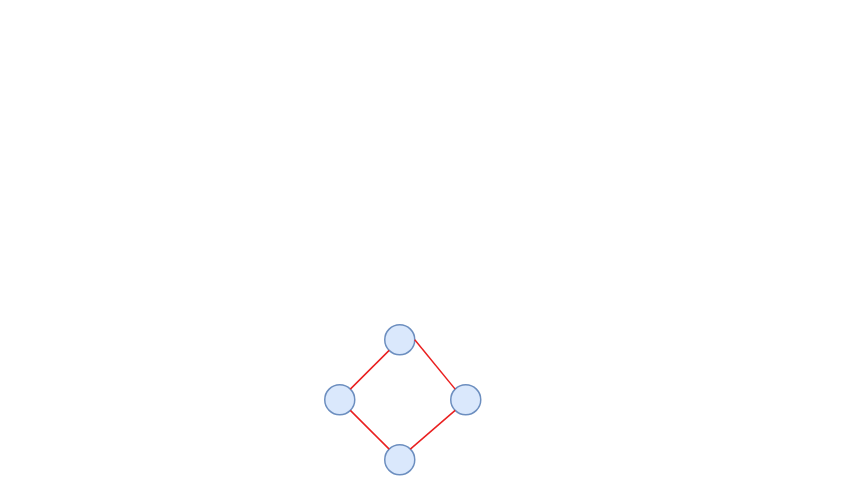
YinhuaChen-cloud/Advanced_Algorithm_hw keeps this draw.io diagram as 未命名绘图.drawio. Above is the earlier version. Source tidied: cells renumbered, new cells numbered last; positions are measured from the earlier drawing's top-left corner, leaving out a move shared by most shapes. Both pictures are drawn from the tidied source at 150%, with x=0, y=0 at pixel (324, 324).
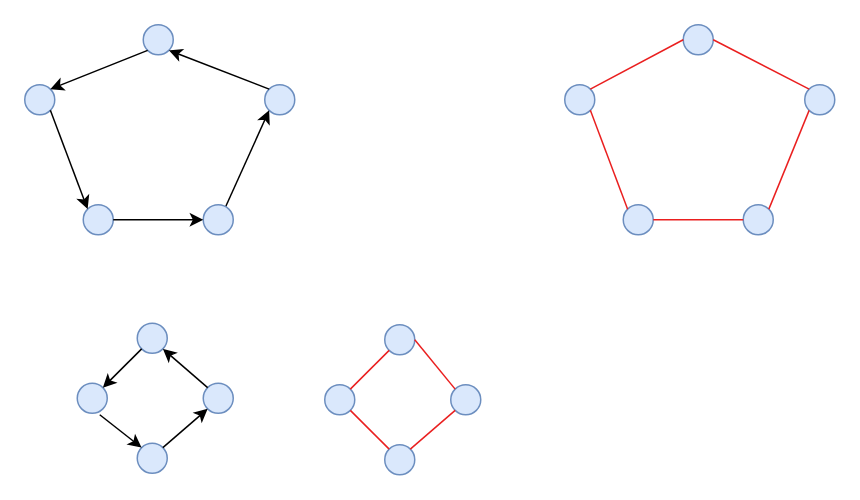
After the change.

Commit message:
更新未命名绘图.drawio

What changed in the source:
```diff
@@
+    <mxCell id="10" style="ellipse;whiteSpace=wrap;html=1;fillColor=#dae8fc;strokeColor=#6c8ebf;" parent="1" vertex="1">
+      <mxGeometry x="-165" y="39" width="20" height="20" as="geometry" />
+    </mxCell>
+    <mxCell id="11" style="ellipse;whiteSpace=wrap;html=1;fillColor=#dae8fc;strokeColor=#6c8ebf;" parent="1" vertex="1">
+      <mxGeometry x="-125" y="-1" width="20" height="20" as="geometry" />
+    </mxCell>
+    <mxCell id="12" style="ellipse;whiteSpace=wrap;html=1;fillColor=#dae8fc;strokeColor=#6c8ebf;" parent="1" vertex="1">
+      <mxGeometry x="-81" y="39" width="20" height="20" as="geometry" />
+    </mxCell>
+    <mxCell id="13" style="ellipse;whiteSpace=wrap;html=1;fillColor=#dae8fc;strokeColor=#6c8ebf;" parent="1" vertex="1">
+      <mxGeometry x="-125" y="79" width="20" height="20" as="geometry" />
+    </mxCell>
+    <mxCell id="14" style="endArrow=classic;html=1;rounded=0;entryX=1;entryY=1;entryDx=0;entryDy=0;exitX=0;exitY=0;exitDx=0;exitDy=0;" parent="1" edge="1" source="12" target="11">
+      <mxGeometry relative="1" as="geometry" />
+    </mxCell>
+    <mxCell id="15" style="endArrow=classic;html=1;rounded=0;entryX=1;entryY=0;entryDx=0;entryDy=0;exitX=0;exitY=1;exitDx=0;exitDy=0;" parent="1" edge="1" source="11" target="10">
+      <mxGeometry relative="1" as="geometry" />
+    </mxCell>
+    <mxCell id="16" style="endArrow=classic;html=1;rounded=0;entryX=0;entryY=0;entryDx=0;entryDy=0;" parent="1" edge="1" target="13">
+      <mxGeometry relative="1" as="geometry">
+        <mxPoint x="-150" y="60" as="sourcePoint" />
+      </mxGeometry>
+    </mxCell>
+    <mxCell id="17" style="endArrow=classic;html=1;rounded=0;entryX=0;entryY=1;entryDx=0;entryDy=0;exitX=1;exitY=0;exitDx=0;exitDy=0;" parent="1" edge="1" source="13" target="12">
+      <mxGeometry relative="1" as="geometry" />
+    </mxCell>
+    <mxCell id="18" style="ellipse;whiteSpace=wrap;html=1;fillColor=#dae8fc;strokeColor=#6c8ebf;" parent="1" vertex="1">
+      <mxGeometry x="-200" y="-160" width="20" height="20" as="geometry" />
+    </mxCell>
+    <mxCell id="19" style="ellipse;whiteSpace=wrap;html=1;fillColor=#dae8fc;strokeColor=#6c8ebf;" parent="1" vertex="1">
+      <mxGeometry x="-121" y="-200" width="20" height="20" as="geometry" />
+    </mxCell>
+    <mxCell id="20" style="ellipse;whiteSpace=wrap;html=1;fillColor=#dae8fc;strokeColor=#6c8ebf;" parent="1" vertex="1">
+      <mxGeometry x="-40" y="-160" width="20" height="20" as="geometry" />
+    </mxCell>
+    <mxCell id="21" style="ellipse;whiteSpace=wrap;html=1;fillColor=#dae8fc;strokeColor=#6c8ebf;" parent="1" vertex="1">
+      <mxGeometry x="-161" y="-80" width="20" height="20" as="geometry" />
+    </mxCell>
+    <mxCell id="22" style="endArrow=classic;html=1;rounded=0;entryX=1;entryY=1;entryDx=0;entryDy=0;exitX=0;exitY=0;exitDx=0;exitDy=0;" parent="1" edge="1" source="20" target="19">
+      <mxGeometry relative="1" as="geometry" />
+    </mxCell>
+    <mxCell id="23" style="endArrow=classic;html=1;rounded=0;entryX=1;entryY=0;entryDx=0;entryDy=0;exitX=0;exitY=1;exitDx=0;exitDy=0;" parent="1" edge="1" source="19" target="18">
+      <mxGeometry relative="1" as="geometry" />
+    </mxCell>
+    <mxCell id="24" style="endArrow=classic;html=1;rounded=0;entryX=0;entryY=0;entryDx=0;entryDy=0;exitX=1;exitY=1;exitDx=0;exitDy=0;" parent="1" edge="1" source="18" target="21">
+      <mxGeometry relative="1" as="geometry" />
+    </mxCell>
+    <mxCell id="25" style="endArrow=classic;html=1;rounded=0;entryX=0;entryY=1;entryDx=0;entryDy=0;" parent="1" edge="1" target="20">
+      <mxGeometry relative="1" as="geometry">
+        <mxPoint x="-70" y="-70" as="sourcePoint" />
+      </mxGeometry>
+    </mxCell>
+    <mxCell id="26" style="ellipse;whiteSpace=wrap;html=1;fillColor=#dae8fc;strokeColor=#6c8ebf;" parent="1" vertex="1">
+      <mxGeometry x="-81" y="-80" width="20" height="20" as="geometry" />
+    </mxCell>
+    <mxCell id="27" style="endArrow=classic;html=1;rounded=0;entryX=0;entryY=0.5;entryDx=0;entryDy=0;exitX=1;exitY=0.5;exitDx=0;exitDy=0;" parent="1" edge="1" source="21" target="26">
+      <mxGeometry relative="1" as="geometry" />
+    </mxCell>
+    <mxCell id="28" style="ellipse;whiteSpace=wrap;html=1;fillColor=#dae8fc;strokeColor=#6c8ebf;" parent="1" vertex="1">
+      <mxGeometry x="160" y="-160" width="20" height="20" as="geometry" />
+    </mxCell>
+    <mxCell id="29" style="ellipse;whiteSpace=wrap;html=1;fillColor=#dae8fc;strokeColor=#6c8ebf;" parent="1" vertex="1">
+      <mxGeometry x="239" y="-200" width="20" height="20" as="geometry" />
+    </mxCell>
+    <mxCell id="30" style="ellipse;whiteSpace=wrap;html=1;fillColor=#dae8fc;strokeColor=#6c8ebf;" parent="1" vertex="1">
+      <mxGeometry x="320" y="-160" width="20" height="20" as="geometry" />
+    </mxCell>
+    <mxCell id="31" style="ellipse;whiteSpace=wrap;html=1;fillColor=#dae8fc;strokeColor=#6c8ebf;" parent="1" vertex="1">
+      <mxGeometry x="199" y="-80" width="20" height="20" as="geometry" />
+    </mxCell>
+    <mxCell id="32" style="ellipse;whiteSpace=wrap;html=1;fillColor=#dae8fc;strokeColor=#6c8ebf;" parent="1" vertex="1">
+      <mxGeometry x="279" y="-80" width="20" height="20" as="geometry" />
+    </mxCell>
+    <mxCell id="33" style="endArrow=none;html=1;rounded=0;entryX=0;entryY=0.5;entryDx=0;entryDy=0;exitX=1;exitY=0;exitDx=0;exitDy=0;strokeColor=#ea1f1f;" parent="1" edge="1" source="28" target="29">
+      <mxGeometry relative="1" as="geometry" />
+    </mxCell>
+    <mxCell id="34" style="endArrow=none;html=1;rounded=0;entryX=0;entryY=0;entryDx=0;entryDy=0;exitX=1;exitY=0.5;exitDx=0;exitDy=0;strokeColor=#ea1f1f;" parent="1" edge="1" source="29" target="30">
+      <mxGeometry relative="1" as="geometry" />
+    </mxCell>
+    <mxCell id="35" style="endArrow=none;html=1;rounded=0;entryX=0;entryY=0;entryDx=0;entryDy=0;exitX=1;exitY=1;exitDx=0;exitDy=0;strokeColor=#ea1f1f;" parent="1" edge="1" source="28" target="31">
+      <mxGeometry relative="1" as="geometry" />
+    </mxCell>
+    <mxCell id="36" style="endArrow=none;html=1;rounded=0;entryX=0;entryY=1;entryDx=0;entryDy=0;exitX=1;exitY=0;exitDx=0;exitDy=0;strokeColor=#ea1f1f;" parent="1" edge="1" source="32" target="30">
+      <mxGeometry relative="1" as="geometry" />
+    </mxCell>
+    <mxCell id="37" style="endArrow=none;html=1;rounded=0;entryX=0;entryY=0.5;entryDx=0;entryDy=0;exitX=1;exitY=0.5;exitDx=0;exitDy=0;strokeColor=#ea1f1f;" parent="1" edge="1" source="31" target="32">
+      <mxGeometry relative="1" as="geometry" />
+    </mxCell>
```
